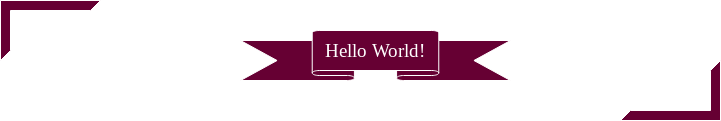
The draw.io diagram Untitled Diagram.png in LauriKajakko/LauriKajakko, before a commit. Source tidied: cells renumbered, new cells last; positions are measured from the earlier drawing's top-left corner, leaving out a move shared by most shapes.
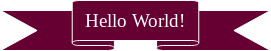
Later version of the same file.

What changed in the source:
```diff
@@ -8,11 +8,5 @@
     <mxCell id="3" value="Hello World!" style="text;html=1;align=center;verticalAlign=middle;whiteSpace=wrap;rounded=0;fontSize=19;fontFamily=Lucida Console;fontColor=#FFFFFF;" parent="1" vertex="1">
       <mxGeometry x="320" y="40" width="110" height="20" as="geometry" />
     </mxCell>
-    <mxCell id="4" style="verticalLabelPosition=bottom;verticalAlign=top;html=1;shape=mxgraph.basic.frame_corner;dx=10;strokeColor=#FFFFFF;fillColor=#660033;fontColor=none;" parent="1" vertex="1">
-      <mxGeometry width="100" height="60" as="geometry" />
-    </mxCell>
-    <mxCell id="5" style="verticalLabelPosition=bottom;verticalAlign=top;html=1;shape=mxgraph.basic.frame_corner;dx=10;strokeColor=#FFFFFF;fillColor=#660033;fontColor=none;rotation=-180;" parent="1" vertex="1">
-      <mxGeometry x="620" y="60" width="100" height="60" as="geometry" />
-    </mxCell>
   </root>
 </mxGraphModel>
```
